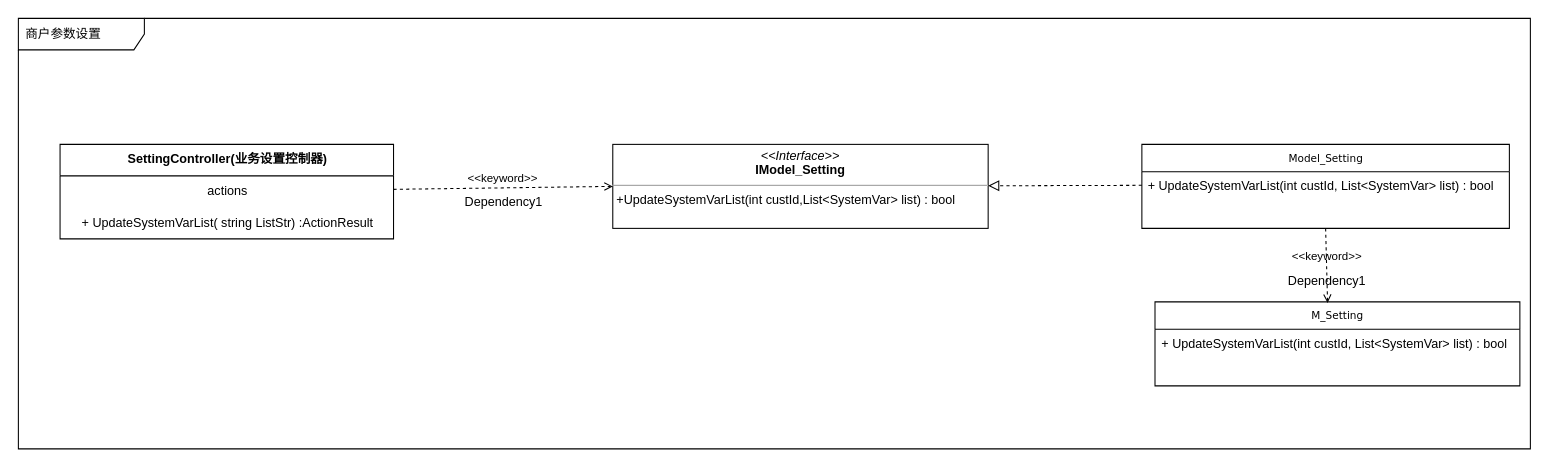
Above: Kemai/后台门店参数设置类图.drawio in noobwu/diagrams (draw.io), before the change. Source tidied: cells renumbered, new cells numbered last; positions are measured from the earlier drawing's top-left corner, leaving out a move shared by most shapes. Both pictures are drawn from the tidied source at 105%, with x=0, y=0 at pixel (18, 18).
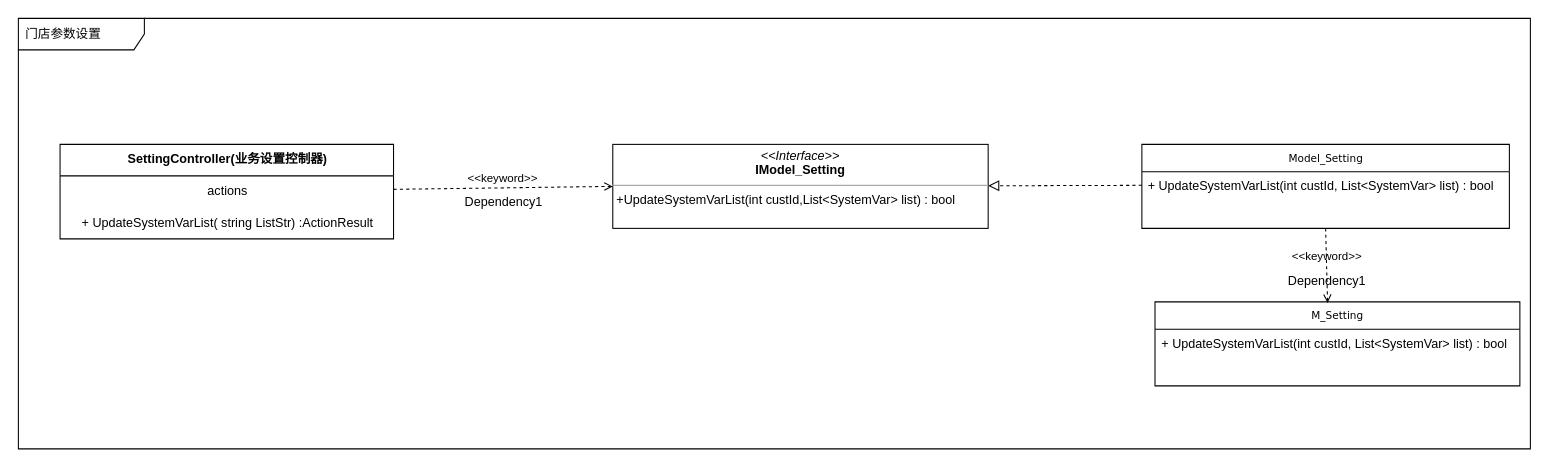
The same diagram, later.

Commit message (it also covers changes not shown here):
Update 后台门店参数设置类图.drawio

What changed in the source:
```diff
@@
 <mxGraphModel>
   <root>
     <mxCell id="0" />
     <mxCell id="1" parent="0" />
     <mxCell id="2" style="group;" parent="1" vertex="1">
       <mxGeometry width="1450" height="410" as="geometry" />
     </mxCell>
-    <mxCell id="3" value="商户参数设置" style="shape=umlFrame;whiteSpace=wrap;html=1;width=120;height=30;boundedLbl=1;verticalAlign=middle;align=left;spacingLeft=5;" parent="2" vertex="1">
+    <mxCell id="3" value="门店参数设置" style="shape=umlFrame;whiteSpace=wrap;html=1;width=120;height=30;boundedLbl=1;verticalAlign=middle;align=left;spacingLeft=5;" parent="2" vertex="1">
       <mxGeometry width="1440" height="410" as="geometry" />
     </mxCell>
     <mxCell id="4" value="SettingController(业务设置控制器)" style="swimlane;fontStyle=1;align=center;verticalAlign=top;horizontal=1;startSize=30;html=1;fillColor=default;" parent="2" vertex="1">
       <mxGeometry x="39.7" y="120" width="317.6" height="90" as="geometry" />
     </mxCell>
     <mxCell id="5" value="actions" style="html=1;strokeColor=none;fillColor=none;align=center;verticalAlign=middle;spacingLeft=4;spacingRight=4;points=[[0,0.5],[1,0.5]];" parent="4" vertex="1">
       <mxGeometry y="30" width="317.6" height="30" as="geometry" />
     </mxCell>
     <mxCell id="6" value="+ UpdateSystemVarList(&amp;nbsp;string ListStr) :ActionResult" style="html=1;strokeColor=none;fillColor=none;align=center;verticalAlign=middle;spacingLeft=4;spacingRight=4;" parent="4" vertex="1">
       <mxGeometry y="60" width="317.6" height="30" as="geometry" />
     </mxCell>
     <mxCell id="7" value="&lt;p style=&quot;margin: 0px ; margin-top: 4px ; text-align: center&quot;&gt;&lt;i&gt;&amp;lt;&amp;lt;Interface&amp;gt;&amp;gt;&lt;/i&gt;&lt;br&gt;&lt;b&gt;IModel_Setting&lt;/b&gt;&lt;/p&gt;&lt;hr size=&quot;1&quot;&gt;&lt;p style=&quot;margin: 0px ; margin-left: 4px&quot;&gt;+UpdateSystemVarList(int custId,List&amp;lt;SystemVar&amp;gt; list) :&amp;nbsp;bool&lt;br&gt;&lt;br&gt;&lt;/p&gt;" style="verticalAlign=top;align=left;overflow=fill;fontSize=12;fontFamily=Helvetica;html=1;rounded=0;shadow=0;comic=0;labelBackgroundColor=none;strokeWidth=1;" parent="2" vertex="1">
       <mxGeometry x="566.1" y="120" width="357.5" height="80" as="geometry" />
     </mxCell>
     <mxCell id="8" value="Model_Setting" style="swimlane;html=1;fontStyle=0;horizontal=1;startSize=26;fillColor=none;swimlaneFillColor=#ffffff;rounded=0;shadow=0;comic=0;labelBackgroundColor=none;strokeWidth=1;fontFamily=Verdana;fontSize=10;align=center;" parent="2" vertex="1">
       <mxGeometry x="1070" y="120" width="350" height="80" as="geometry" />
     </mxCell>
     <mxCell id="9" value="+&amp;nbsp;UpdateSystemVarList(int custId, List&amp;lt;SystemVar&amp;gt; list) : bool" style="text;html=1;strokeColor=none;fillColor=none;align=left;verticalAlign=top;spacingLeft=4;spacingRight=4;whiteSpace=wrap;overflow=hidden;points=[[0,0.5],[1,0.5]];portConstraint=eastwest;" parent="8" vertex="1">
       <mxGeometry y="26" width="350" height="26" as="geometry" />
     </mxCell>
     <mxCell id="10" value="&amp;lt;&amp;lt;keyword&amp;gt;&amp;gt;" style="endArrow=open;html=1;rounded=0;align=center;verticalAlign=bottom;dashed=1;endFill=0;labelBackgroundColor=none;" parent="2" edge="1" source="5">
       <mxGeometry relative="1" as="geometry">
         <mxPoint x="566.1" y="160" as="targetPoint" />
       </mxGeometry>
     </mxCell>
     <mxCell id="11" value="Dependency1" style="html=1;align=center;verticalAlign=top;labelBackgroundColor=none;fillColor=default;" parent="10" vertex="1">
       <mxGeometry relative="1" as="geometry" />
     </mxCell>
     <mxCell id="12" style="endArrow=block;startArrow=none;endFill=0;startFill=0;endSize=8;html=1;verticalAlign=bottom;dashed=1;labelBackgroundColor=none;rounded=0;exitX=0;exitY=0.5;exitDx=0;exitDy=0;" parent="2" edge="1" source="9" target="7">
       <mxGeometry relative="1" as="geometry" />
     </mxCell>
     <mxCell id="13" value="M_Setting" style="swimlane;html=1;fontStyle=0;horizontal=1;startSize=26;fillColor=none;swimlaneFillColor=#ffffff;rounded=0;shadow=0;comic=0;labelBackgroundColor=none;strokeWidth=1;fontFamily=Verdana;fontSize=10;align=center;" parent="2" vertex="1">
       <mxGeometry x="1082.5" y="270" width="347.5" height="80" as="geometry" />
     </mxCell>
     <mxCell id="14" value="+&amp;nbsp;UpdateSystemVarList(int custId, List&amp;lt;SystemVar&amp;gt; list) : bool" style="text;html=1;strokeColor=none;fillColor=none;align=left;verticalAlign=top;spacingLeft=4;spacingRight=4;whiteSpace=wrap;overflow=hidden;" parent="13" vertex="1">
       <mxGeometry y="26" width="347.5" height="26" as="geometry" />
     </mxCell>
     <mxCell id="15" value="&amp;lt;&amp;lt;keyword&amp;gt;&amp;gt;" style="endArrow=open;html=1;rounded=0;align=center;verticalAlign=bottom;dashed=1;endFill=0;labelBackgroundColor=none;entryX=0.473;entryY=0.013;entryDx=0;entryDy=0;entryPerimeter=0;" parent="2" edge="1" target="13">
       <mxGeometry relative="1" as="geometry">
         <mxPoint x="1245" y="200" as="sourcePoint" />
       </mxGeometry>
     </mxCell>
     <mxCell id="16" value="Dependency1" style="html=1;align=center;verticalAlign=top;labelBackgroundColor=none;fillColor=default;" parent="15" vertex="1">
       <mxGeometry relative="1" as="geometry" />
     </mxCell>
   </root>
 </mxGraphModel>
```
